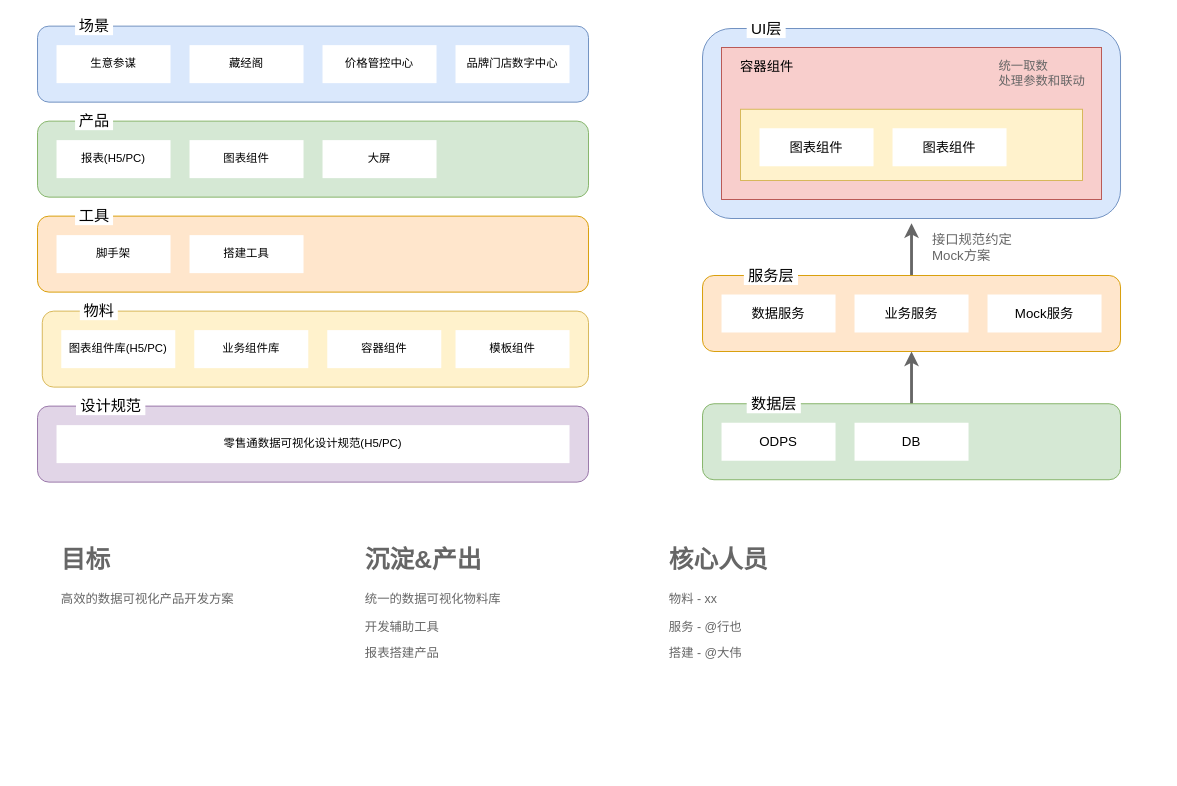
This is page "Page-1" (1 of 2) of LST可视化开发方案.drawio from zzuwzj/draw, a draw.io file, before an edit. Source tidied: cells renumbered, new cells numbered last; positions are measured from the earlier drawing's top-left corner, leaving out a move shared by most shapes. Both pictures are drawn from the tidied source at 95%, with x=0, y=0 at pixel (37, 16).
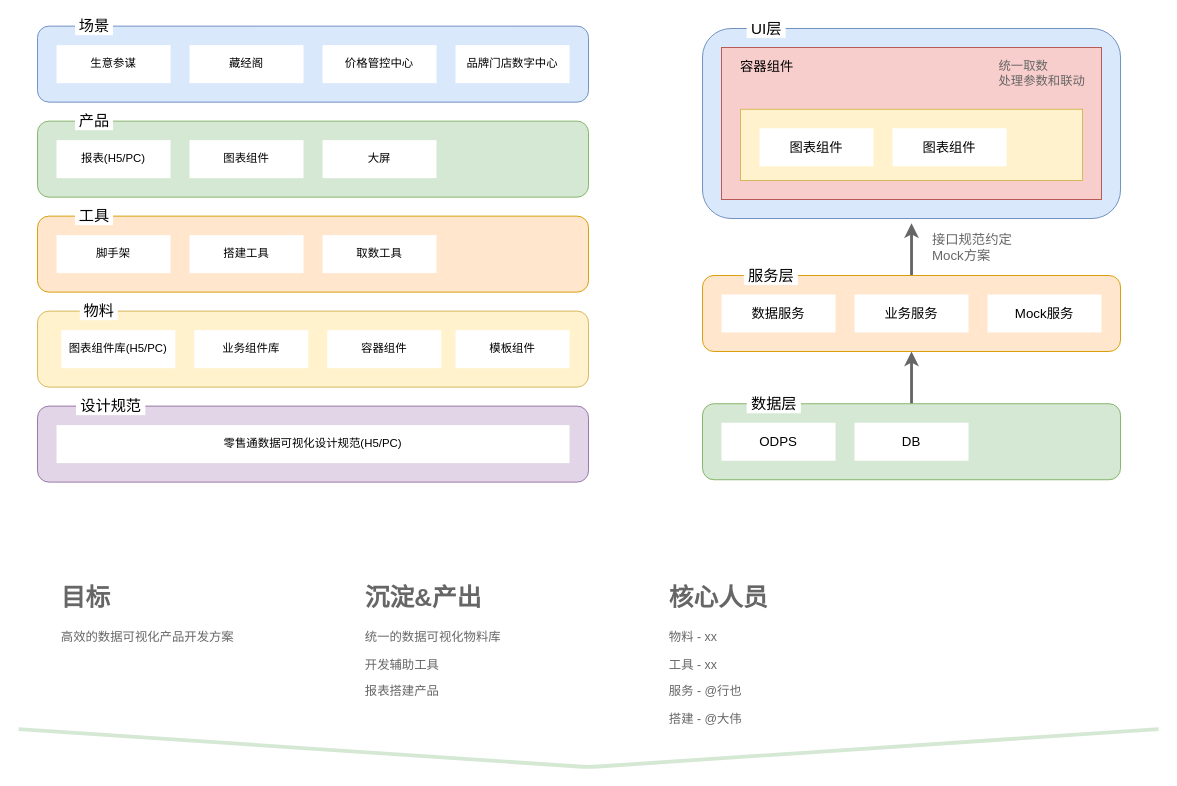
The same page after the edit.

Commit message:
Update LST可视化开发方案.drawio

Change to the diagram source:
```diff
@@
     <mxCell id="23" style="rounded=1;whiteSpace=wrap;html=1;fillColor=#fff2cc;strokeColor=#d6b656;" parent="1" vertex="1">
-      <mxGeometry x="5" y="310" width="575" height="80" as="geometry" />
+      <mxGeometry y="310" width="580" height="80" as="geometry" />
     </mxCell>
@@
     <mxCell id="46" value="&lt;h1&gt;沉淀&amp;amp;产出&lt;/h1&gt;&lt;p&gt;统一的数据可视化物料库&lt;/p&gt;&lt;p&gt;开发辅助工具&lt;/p&gt;&lt;p&gt;报表搭建产品&lt;/p&gt;" style="text;html=1;strokeColor=none;fillColor=none;spacing=5;spacingTop=-20;whiteSpace=wrap;overflow=hidden;rounded=0;labelBackgroundColor=none;fontSize=13;fontColor=#666666;align=left;" parent="1" vertex="1">
-      <mxGeometry x="340" y="550" width="190" height="160" as="geometry" />
+      <mxGeometry x="340" y="590" width="190" height="160" as="geometry" />
     </mxCell>
-    <mxCell id="47" value="&lt;h1&gt;核心人员&lt;/h1&gt;&lt;p&gt;物料 - xx&lt;/p&gt;&lt;p&gt;服务 - @行也&lt;/p&gt;&lt;p&gt;搭建 - @大伟&lt;/p&gt;" style="text;html=1;strokeColor=none;fillColor=none;spacing=5;spacingTop=-20;whiteSpace=wrap;overflow=hidden;rounded=0;labelBackgroundColor=none;fontSize=13;fontColor=#666666;align=left;" parent="1" vertex="1">
-      <mxGeometry x="660" y="550" width="190" height="160" as="geometry" />
+    <mxCell id="47" value="&lt;h1&gt;核心人员&lt;/h1&gt;&lt;p&gt;物料 - xx&lt;/p&gt;&lt;p&gt;工具 - xx&lt;/p&gt;&lt;p&gt;服务 - @行也&lt;/p&gt;&lt;p&gt;搭建 - @大伟&lt;/p&gt;" style="text;html=1;strokeColor=none;fillColor=none;spacing=5;spacingTop=-20;whiteSpace=wrap;overflow=hidden;rounded=0;labelBackgroundColor=none;fontSize=13;fontColor=#666666;align=left;" parent="1" vertex="1">
+      <mxGeometry x="660" y="590" width="190" height="160" as="geometry" />
     </mxCell>
     <mxCell id="48" value="&lt;h1&gt;目标&lt;/h1&gt;&lt;p&gt;高效的数据可视化产品开发方案&lt;/p&gt;" style="text;html=1;strokeColor=none;fillColor=none;spacing=5;spacingTop=-20;whiteSpace=wrap;overflow=hidden;rounded=0;labelBackgroundColor=none;fontSize=13;fontColor=#666666;align=left;" parent="1" vertex="1">
-      <mxGeometry x="20" y="550" width="200" height="160" as="geometry" />
+      <mxGeometry x="20" y="590" width="200" height="160" as="geometry" />
     </mxCell>
+    <mxCell id="49" style="endArrow=none;html=1;labelBackgroundColor=none;strokeColor=#D5E8D4;strokeWidth=4;fontSize=16;fontColor=#666666;" parent="1" edge="1">
+      <mxGeometry relative="1" as="geometry">
+        <mxPoint x="-20" y="750" as="sourcePoint" />
+        <mxPoint x="1180" y="750" as="targetPoint" />
+        <Array as="points">
+          <mxPoint x="580" y="790" />
+        </Array>
+      </mxGeometry>
+    </mxCell>
+    <mxCell id="50" value="取数工具" style="rounded=0;whiteSpace=wrap;html=1;strokeColor=none;" parent="1" vertex="1">
+      <mxGeometry x="300" y="230" width="120" height="40" as="geometry" />
+    </mxCell>
```
